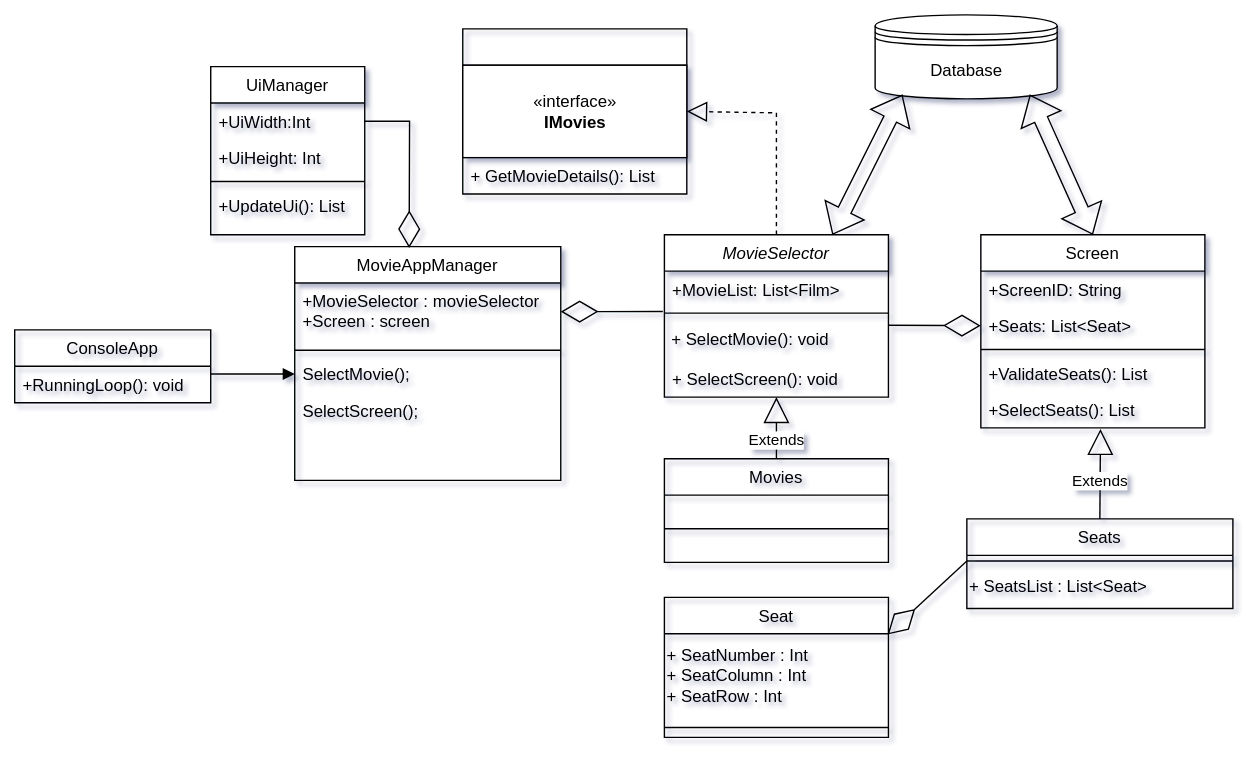
Earlier version of the draw.io export Diagrams/Cinnamon Cinemas UML.svg (Jebumon/cinnamon-cinemas-seat-booking-kata). Source tidied: cells renumbered, new cells last; positions are measured from the earlier drawing's top-left corner, leaving out a move shared by most shapes. The source it was exported from:
```xml
<mxGraphModel>
  <root>
    <mxCell id="0" />
    <mxCell id="1" parent="0" />
    <mxCell id="2" value="MovieSelector" style="swimlane;fontStyle=2;align=center;verticalAlign=top;horizontal=1;startSize=26;rounded=0;shadow=0;strokeWidth=1;" parent="1" vertex="1">
      <mxGeometry x="464" y="157" width="160" height="116" as="geometry" />
    </mxCell>
    <mxCell id="3" value="+MovieList: List&lt;Film&gt;" style="text;align=left;verticalAlign=top;spacingLeft=4;spacingRight=4;overflow=hidden;points=[[0,0.5],[1,0.5]];portConstraint=eastwest;" parent="2" vertex="1">
      <mxGeometry y="26" width="160" height="26" as="geometry" />
    </mxCell>
    <mxCell id="4" style="line;html=1;strokeWidth=1;align=left;verticalAlign=middle;spacingTop=-1;spacingLeft=3;spacingRight=3;labelPosition=right;" parent="2" vertex="1">
      <mxGeometry y="52" width="160" height="8" as="geometry" />
    </mxCell>
    <mxCell id="5" value="&amp;nbsp;+ SelectMovie(): void" style="text;html=1;align=left;verticalAlign=middle;points=[];strokeColor=none;fillColor=none;" parent="2" vertex="1">
      <mxGeometry y="60" width="160" height="30" as="geometry" />
    </mxCell>
    <mxCell id="6" value="+ SelectScreen(): void" style="text;align=left;verticalAlign=top;spacingLeft=4;spacingRight=4;overflow=hidden;" parent="2" vertex="1">
      <mxGeometry y="90" width="160" height="26" as="geometry" />
    </mxCell>
    <mxCell id="7" value="MovieAppManager" style="swimlane;fontStyle=0;align=center;verticalAlign=top;horizontal=1;startSize=26;rounded=0;shadow=0;strokeWidth=1;" parent="1" vertex="1">
      <mxGeometry x="200" y="165.5" width="190" height="167" as="geometry" />
    </mxCell>
    <mxCell id="8" value="+MovieSelector : movieSelector&#10;+Screen : screen" style="text;align=left;verticalAlign=top;spacingLeft=4;spacingRight=4;overflow=hidden;" parent="7" vertex="1">
      <mxGeometry y="26" width="190" height="44" as="geometry" />
    </mxCell>
    <mxCell id="9" style="line;html=1;strokeWidth=1;align=left;verticalAlign=middle;spacingTop=-1;spacingLeft=3;spacingRight=3;labelPosition=right;" parent="7" vertex="1">
      <mxGeometry y="70" width="190" height="8" as="geometry" />
    </mxCell>
    <mxCell id="10" value="SelectMovie();" style="text;align=left;verticalAlign=top;spacingLeft=4;spacingRight=4;overflow=hidden;points=[[0,0.5],[1,0.5]];portConstraint=eastwest;fontStyle=0;" parent="7" vertex="1">
      <mxGeometry y="78" width="190" height="26" as="geometry" />
    </mxCell>
    <mxCell id="11" value="SelectScreen();" style="text;align=left;verticalAlign=top;spacingLeft=4;spacingRight=4;overflow=hidden;" parent="7" vertex="1">
      <mxGeometry y="104" width="190" height="28" as="geometry" />
    </mxCell>
    <mxCell id="12" value="Screen" style="swimlane;fontStyle=0;align=center;verticalAlign=top;horizontal=1;startSize=26;rounded=0;shadow=0;strokeWidth=1;" parent="1" vertex="1">
      <mxGeometry x="690" y="157" width="160" height="138" as="geometry" />
    </mxCell>
    <mxCell id="13" value="+ScreenID: String" style="text;align=left;verticalAlign=top;spacingLeft=4;spacingRight=4;overflow=hidden;" parent="12" vertex="1">
      <mxGeometry y="26" width="160" height="26" as="geometry" />
    </mxCell>
    <mxCell id="14" value="+Seats: List&lt;Seat&gt;" style="text;align=left;verticalAlign=top;spacingLeft=4;spacingRight=4;overflow=hidden;rounded=0;shadow=0;html=0;" parent="12" vertex="1">
      <mxGeometry y="52" width="160" height="26" as="geometry" />
    </mxCell>
    <mxCell id="15" style="line;html=1;strokeWidth=1;align=left;verticalAlign=middle;spacingTop=-1;spacingLeft=3;spacingRight=3;labelPosition=right;" parent="12" vertex="1">
      <mxGeometry y="78" width="160" height="8" as="geometry" />
    </mxCell>
    <mxCell id="16" value="+ValidateSeats(): List" style="text;align=left;verticalAlign=top;spacingLeft=4;spacingRight=4;overflow=hidden;" parent="12" vertex="1">
      <mxGeometry y="86" width="160" height="26" as="geometry" />
    </mxCell>
    <mxCell id="17" value="+SelectSeats(): List" style="text;align=left;verticalAlign=top;spacingLeft=4;spacingRight=4;overflow=hidden;points=[[0,0.5],[1,0.5]];portConstraint=eastwest;" parent="12" vertex="1">
      <mxGeometry y="112" width="160" height="26" as="geometry" />
    </mxCell>
    <mxCell id="18" style="swimlane;fontStyle=0;horizontal=1;startSize=26;fillColor=none;" parent="1" vertex="1">
      <mxGeometry x="320" y="10" width="160" height="118" as="geometry" />
    </mxCell>
    <mxCell id="19" value="«interface»&lt;br&gt;&lt;b&gt;IMovies&lt;/b&gt;" style="html=1;" parent="18" vertex="1">
      <mxGeometry y="26" width="160" height="66" as="geometry" />
    </mxCell>
    <mxCell id="20" value="+ GetMovieDetails(): List" style="text;strokeColor=none;fillColor=none;align=left;verticalAlign=top;spacingLeft=4;spacingRight=4;overflow=hidden;" parent="18" vertex="1">
      <mxGeometry y="92" width="160" height="26" as="geometry" />
    </mxCell>
    <mxCell id="21" value="Movies" style="swimlane;fontStyle=0;horizontal=1;startSize=26;fillColor=none;" parent="1" vertex="1">
      <mxGeometry x="464" y="317" width="160" height="74" as="geometry" />
    </mxCell>
    <mxCell id="22" style="line;html=1;strokeWidth=1;align=left;verticalAlign=middle;spacingTop=-1;spacingLeft=3;spacingRight=3;labelPosition=right;" parent="21" vertex="1">
      <mxGeometry y="26" width="160" height="48" as="geometry" />
    </mxCell>
    <mxCell id="23" style="endArrow=block;dashed=1;endFill=0;endSize=12;html=1;rounded=0;entryX=1;entryY=0.5;entryDx=0;entryDy=0;exitX=0.5;exitY=0;exitDx=0;exitDy=0;" parent="1" edge="1" source="2" target="19">
      <mxGeometry relative="1" as="geometry">
        <Array as="points">
          <mxPoint x="544" y="70" />
        </Array>
      </mxGeometry>
    </mxCell>
    <mxCell id="24" value="ConsoleApp" style="swimlane;fontStyle=0;horizontal=1;startSize=26;fillColor=none;" parent="1" vertex="1">
      <mxGeometry y="225" width="140" height="52" as="geometry" />
    </mxCell>
    <mxCell id="25" value="+RunningLoop(): void" style="text;strokeColor=none;fillColor=none;align=left;verticalAlign=top;spacingLeft=4;spacingRight=4;overflow=hidden;points=[[0,0.5],[1,0.5]];portConstraint=eastwest;" parent="24" vertex="1">
      <mxGeometry y="26" width="140" height="26" as="geometry" />
    </mxCell>
    <mxCell id="26" value="Extends" style="endArrow=block;endSize=16;endFill=0;html=1;rounded=0;entryX=0.5;entryY=1;entryDx=0;entryDy=0;exitX=0.5;exitY=0;exitDx=0;exitDy=0;" parent="1" edge="1" source="21" target="2">
      <mxGeometry x="-0.38" relative="1" as="geometry" />
    </mxCell>
    <mxCell id="27" value="UiManager" style="swimlane;fontStyle=0;align=center;verticalAlign=top;horizontal=1;startSize=26;rounded=0;shadow=0;strokeWidth=1;" parent="1" vertex="1">
      <mxGeometry x="140" y="37" width="110" height="120" as="geometry" />
    </mxCell>
    <mxCell id="28" value="+UiWidth:Int" style="text;align=left;verticalAlign=top;spacingLeft=4;spacingRight=4;overflow=hidden;points=[[0,0.5],[1,0.5]];portConstraint=eastwest;" parent="27" vertex="1">
      <mxGeometry y="26" width="110" height="26" as="geometry" />
    </mxCell>
    <mxCell id="29" value="+UiHeight: Int" style="text;align=left;verticalAlign=top;spacingLeft=4;spacingRight=4;overflow=hidden;rounded=0;shadow=0;html=0;" parent="27" vertex="1">
      <mxGeometry y="52" width="110" height="26" as="geometry" />
    </mxCell>
    <mxCell id="30" style="line;html=1;strokeWidth=1;align=left;verticalAlign=middle;spacingTop=-1;spacingLeft=3;spacingRight=3;labelPosition=right;" parent="27" vertex="1">
      <mxGeometry y="78" width="110" height="8" as="geometry" />
    </mxCell>
    <mxCell id="31" value="+UpdateUi(): List" style="text;align=left;verticalAlign=top;spacingLeft=4;spacingRight=4;overflow=hidden;" parent="27" vertex="1">
      <mxGeometry y="86" width="110" height="26" as="geometry" />
    </mxCell>
    <mxCell id="32" style="endArrow=block;endFill=1;html=1;edgeStyle=orthogonalEdgeStyle;align=left;verticalAlign=top;rounded=0;exitX=1;exitY=0.212;exitDx=0;exitDy=0;entryX=0;entryY=0.5;entryDx=0;entryDy=0;exitPerimeter=0;" parent="1" edge="1" source="25" target="10">
      <mxGeometry x="-1" relative="1" as="geometry" />
    </mxCell>
    <mxCell id="33" style="endArrow=diamondThin;endFill=0;endSize=24;html=1;rounded=0;entryX=0.43;entryY=0.006;entryDx=0;entryDy=0;entryPerimeter=0;exitX=1;exitY=0.5;exitDx=0;exitDy=0;" parent="1" edge="1" source="28" target="7">
      <mxGeometry relative="1" as="geometry">
        <Array as="points">
          <mxPoint x="282" y="76" />
        </Array>
      </mxGeometry>
    </mxCell>
    <mxCell id="34" style="endArrow=diamondThin;endFill=0;endSize=24;html=1;rounded=0;exitX=-0.007;exitY=1.109;exitDx=0;exitDy=0;exitPerimeter=0;" parent="1" edge="1" source="3">
      <mxGeometry relative="1" as="geometry">
        <mxPoint x="390" y="212" as="targetPoint" />
      </mxGeometry>
    </mxCell>
    <mxCell id="35" style="endArrow=diamondThin;endFill=0;endSize=24;html=1;rounded=0;exitX=1.001;exitY=0.155;exitDx=0;exitDy=0;exitPerimeter=0;entryX=0;entryY=0.5;entryDx=0;entryDy=0;" parent="1" edge="1" source="5">
      <mxGeometry relative="1" as="geometry">
        <mxPoint x="690" y="222" as="targetPoint" />
      </mxGeometry>
    </mxCell>
    <mxCell id="36" value="Seats" style="swimlane;fontStyle=0;horizontal=1;startSize=26;fillColor=none;" parent="1" vertex="1">
      <mxGeometry x="680" y="360" width="190" height="64" as="geometry" />
    </mxCell>
    <mxCell id="37" style="line;html=1;strokeWidth=1;align=left;verticalAlign=middle;spacingTop=-1;spacingLeft=3;spacingRight=3;labelPosition=right;" parent="36" vertex="1">
      <mxGeometry y="26" width="190" height="8" as="geometry" />
    </mxCell>
    <mxCell id="38" value="+ SeatsList : List&amp;lt;Seat&amp;gt;" style="text;html=1;align=left;verticalAlign=middle;points=[];strokeColor=none;fillColor=none;" parent="36" vertex="1">
      <mxGeometry y="34" width="190" height="30" as="geometry" />
    </mxCell>
    <mxCell id="39" value="Extends" style="endArrow=block;endSize=16;endFill=0;html=1;rounded=0;entryX=0.534;entryY=1.029;entryDx=0;entryDy=0;exitX=0.5;exitY=0;exitDx=0;exitDy=0;entryPerimeter=0;" parent="1" edge="1" source="36" target="17">
      <mxGeometry x="-0.14" relative="1" as="geometry" />
    </mxCell>
    <mxCell id="40" value="Database" style="shape=datastore;whiteSpace=wrap;html=1;" parent="1" vertex="1">
      <mxGeometry x="614.5" width="130" height="60" as="geometry" />
    </mxCell>
    <mxCell id="41" style="shape=flexArrow;endArrow=classic;startArrow=classic;html=1;rounded=0;entryX=0.15;entryY=0.95;entryDx=0;entryDy=0;entryPerimeter=0;exitX=0.75;exitY=0;exitDx=0;exitDy=0;" parent="1" edge="1" source="2" target="40">
      <mxGeometry relative="1" as="geometry" />
    </mxCell>
    <mxCell id="42" style="shape=flexArrow;endArrow=classic;startArrow=classic;html=1;rounded=0;exitX=0.5;exitY=0;exitDx=0;exitDy=0;entryX=0.85;entryY=0.95;entryDx=0;entryDy=0;entryPerimeter=0;" parent="1" edge="1" source="12" target="40">
      <mxGeometry relative="1" as="geometry" />
    </mxCell>
    <mxCell id="43" value="Seat" style="swimlane;fontStyle=0;horizontal=1;startSize=26;fillColor=none;" parent="1" vertex="1">
      <mxGeometry x="464" y="416" width="160" height="100" as="geometry" />
    </mxCell>
    <mxCell id="44" value="+ SeatNumber : Int&lt;br&gt;+ SeatColumn : Int&lt;br&gt;+ SeatRow : Int" style="text;html=1;align=left;verticalAlign=middle;points=[];strokeColor=none;fillColor=none;" parent="43" vertex="1">
      <mxGeometry y="26" width="160" height="60" as="geometry" />
    </mxCell>
    <mxCell id="45" style="line;html=1;strokeWidth=1;align=left;verticalAlign=middle;spacingTop=-1;spacingLeft=3;spacingRight=3;labelPosition=right;" parent="43" vertex="1">
      <mxGeometry y="86" width="160" height="14" as="geometry" />
    </mxCell>
    <mxCell id="46" style="endArrow=diamondThin;endFill=0;endSize=24;html=1;rounded=0;exitX=0;exitY=-0.133;exitDx=0;exitDy=0;exitPerimeter=0;entryX=0.996;entryY=0.01;entryDx=0;entryDy=0;entryPerimeter=0;" parent="1" edge="1" source="38" target="44">
      <mxGeometry relative="1" as="geometry" />
    </mxCell>
  </root>
</mxGraphModel>
```
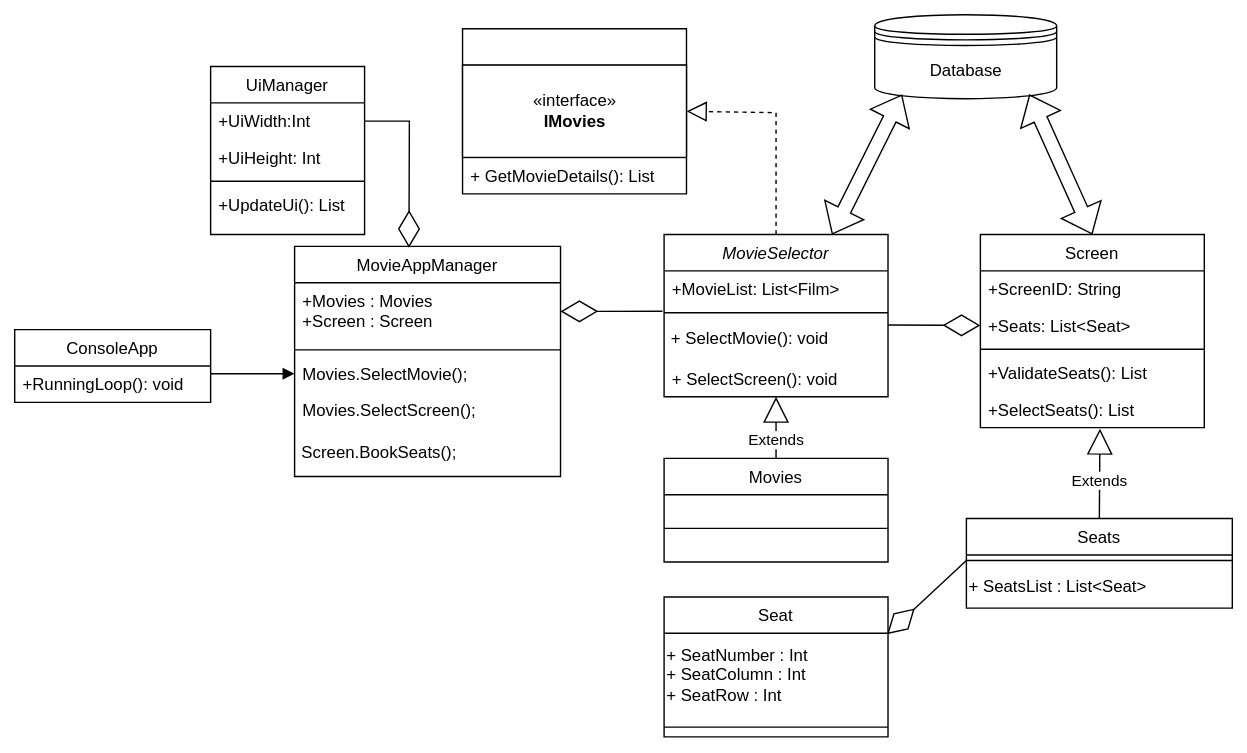
After the change.

Change to the diagram source:
```diff
@@ -18,20 +18,23 @@
       <mxGeometry y="90" width="160" height="26" as="geometry" />
     </mxCell>
     <mxCell id="7" value="MovieAppManager" style="swimlane;fontStyle=0;align=center;verticalAlign=top;horizontal=1;startSize=26;rounded=0;shadow=0;strokeWidth=1;" parent="1" vertex="1">
-      <mxGeometry x="200" y="165.5" width="190" height="167" as="geometry" />
+      <mxGeometry x="200" y="165.5" width="190" height="164.5" as="geometry" />
     </mxCell>
-    <mxCell id="8" value="+MovieSelector : movieSelector&#10;+Screen : screen" style="text;align=left;verticalAlign=top;spacingLeft=4;spacingRight=4;overflow=hidden;" parent="7" vertex="1">
+    <mxCell id="8" value="+Movies : Movies&#10;+Screen : Screen" style="text;align=left;verticalAlign=top;spacingLeft=4;spacingRight=4;overflow=hidden;" parent="7" vertex="1">
       <mxGeometry y="26" width="190" height="44" as="geometry" />
     </mxCell>
     <mxCell id="9" style="line;html=1;strokeWidth=1;align=left;verticalAlign=middle;spacingTop=-1;spacingLeft=3;spacingRight=3;labelPosition=right;" parent="7" vertex="1">
       <mxGeometry y="70" width="190" height="8" as="geometry" />
     </mxCell>
-    <mxCell id="10" value="SelectMovie();" style="text;align=left;verticalAlign=top;spacingLeft=4;spacingRight=4;overflow=hidden;points=[[0,0.5],[1,0.5]];portConstraint=eastwest;fontStyle=0;" parent="7" vertex="1">
+    <mxCell id="10" value="Movies.SelectMovie();" style="text;align=left;verticalAlign=top;spacingLeft=4;spacingRight=4;overflow=hidden;points=[[0,0.5],[1,0.5]];portConstraint=eastwest;fontStyle=0;" parent="7" vertex="1">
       <mxGeometry y="78" width="190" height="26" as="geometry" />
     </mxCell>
-    <mxCell id="11" value="SelectScreen();" style="text;align=left;verticalAlign=top;spacingLeft=4;spacingRight=4;overflow=hidden;" parent="7" vertex="1">
+    <mxCell id="11" value="Movies.SelectScreen();" style="text;align=left;verticalAlign=top;spacingLeft=4;spacingRight=4;overflow=hidden;" parent="7" vertex="1">
       <mxGeometry y="104" width="190" height="28" as="geometry" />
     </mxCell>
+    <mxCell id="47" value="&amp;nbsp;Screen.BookSeats();" style="text;html=1;align=left;verticalAlign=middle;strokeColor=none;fillColor=none;" parent="7" vertex="1">
+      <mxGeometry y="132" width="190" height="30" as="geometry" />
+    </mxCell>
     <mxCell id="12" value="Screen" style="swimlane;fontStyle=0;align=center;verticalAlign=top;horizontal=1;startSize=26;rounded=0;shadow=0;strokeWidth=1;" parent="1" vertex="1">
       <mxGeometry x="690" y="157" width="160" height="138" as="geometry" />
     </mxCell>
```
